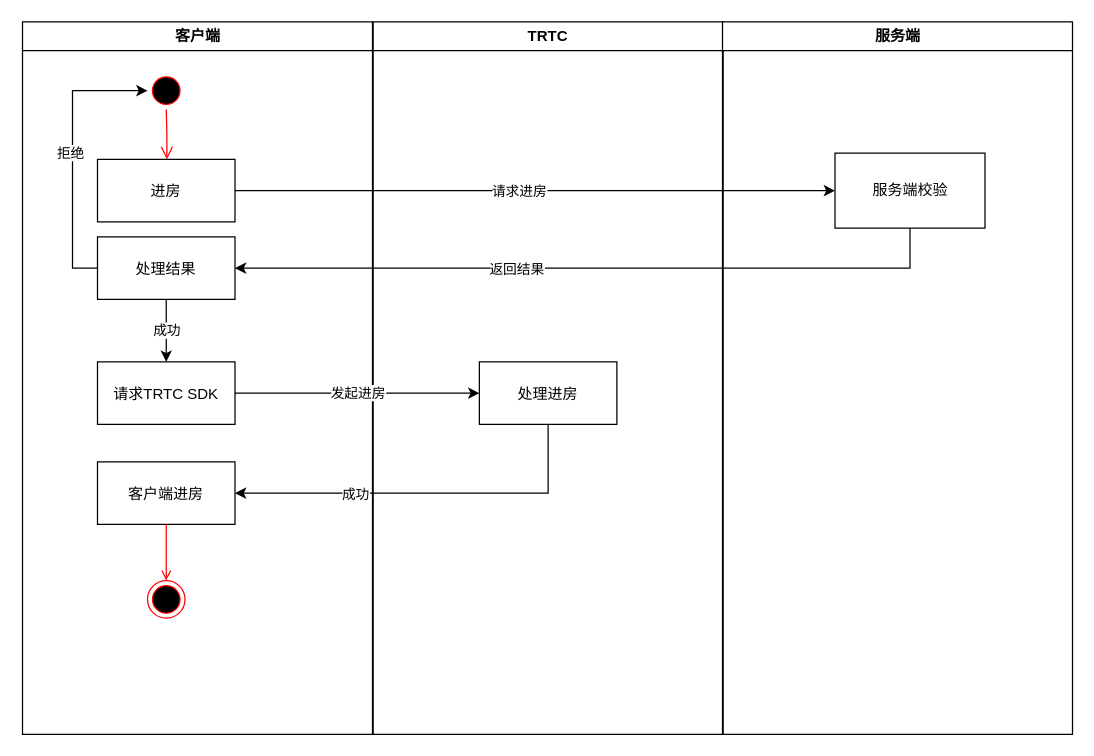
Before: trtcStartAudio.drawio in shiyiw/drawio, a draw.io diagram. Source tidied: cells renumbered, new cells numbered last; positions are measured from the earlier drawing's top-left corner, leaving out a move shared by most shapes. Both pictures are drawn from the tidied source at 125%, with x=0, y=0 at pixel (21, 21).
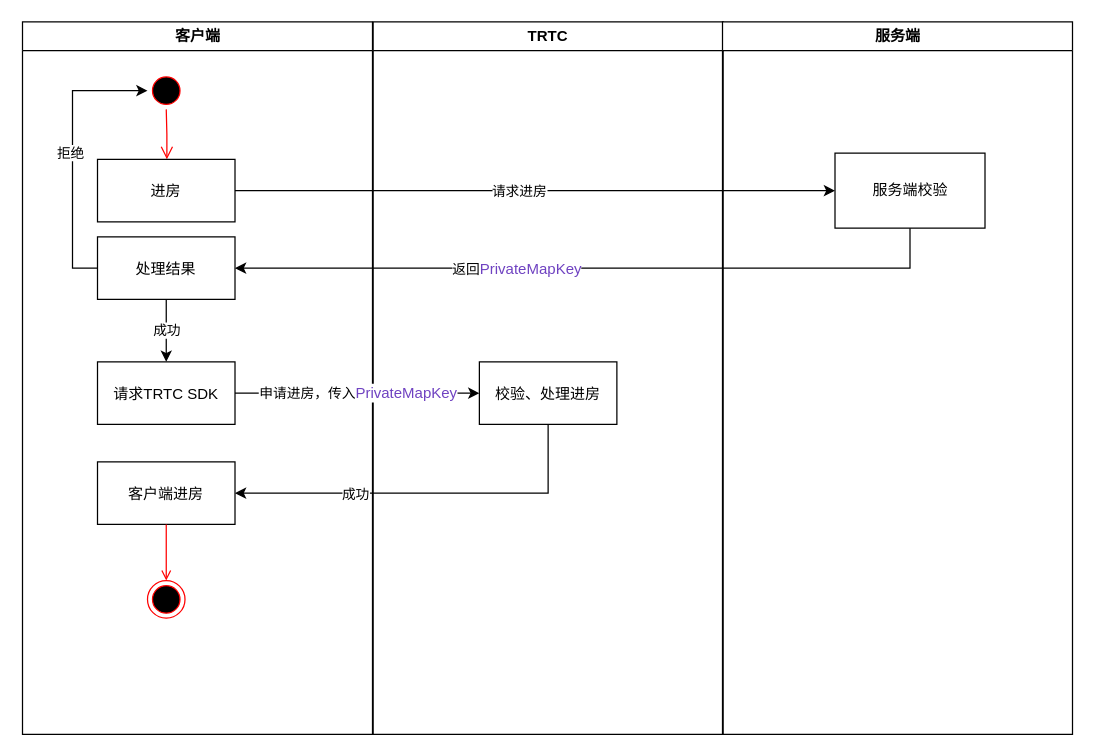
The same page after the edit.

Unchanged cells that the change refers to:
```xml
<mxCell id="14" value="TRTC" style="swimlane;whiteSpace=wrap;" parent="1" vertex="1">
  <mxGeometry x="281" width="280" height="570" as="geometry" />
</mxCell>
<mxCell id="20" style="edgeStyle=orthogonalEdgeStyle;rounded=0;jettySize=auto;html=1;entryX=1;entryY=0.5;entryDx=0;entryDy=0;exitX=0.5;exitY=1;exitDx=0;exitDy=0;" parent="1" edge="1" source="17" target="9">
  <mxGeometry relative="1" as="geometry" />
</mxCell>
<mxCell id="22" style="edgeStyle=orthogonalEdgeStyle;rounded=0;jettySize=auto;html=1;exitX=1;exitY=0.5;exitDx=0;exitDy=0;entryX=0;entryY=0.5;entryDx=0;entryDy=0;" parent="1" edge="1" source="10" target="15">
  <mxGeometry relative="1" as="geometry" />
</mxCell>
```

Diff of the diagram source:
```diff
@@
-    <mxCell id="15" value="处理进房" parent="14" vertex="1">
+    <mxCell id="15" value="校验、处理进房" parent="14" vertex="1">
       <mxGeometry x="85" y="272" width="110" height="50" as="geometry" />
     </mxCell>
@@
-    <mxCell id="21" value="返回结果" style="edgeLabel;html=1;align=center;verticalAlign=middle;" parent="20" vertex="1">
+    <mxCell id="21" value="返回&lt;span style=&quot;color: rgb(111 , 66 , 193) ; font-family: , &amp;#34;consolas&amp;#34; , &amp;#34;liberation mono&amp;#34; , &amp;#34;menlo&amp;#34; , monospace ; font-size: 12px&quot;&gt;PrivateMapKey&lt;/span&gt;" style="edgeLabel;html=1;align=center;verticalAlign=middle;" parent="20" vertex="1">
       <mxGeometry x="0.23" y="4" relative="1" as="geometry">
         <mxPoint x="4.5" y="-4" as="offset" />
       </mxGeometry>
     </mxCell>
@@
-    <mxCell id="23" value="发起进房" style="edgeLabel;html=1;align=center;verticalAlign=middle;" parent="22" vertex="1">
+    <mxCell id="23" value="申请进房，传入&lt;span style=&quot;color: rgb(111 , 66 , 193) ; font-family: , &amp;#34;consolas&amp;#34; , &amp;#34;liberation mono&amp;#34; , &amp;#34;menlo&amp;#34; , monospace ; font-size: 12px&quot;&gt;PrivateMapKey&lt;/span&gt;" style="edgeLabel;html=1;align=center;verticalAlign=middle;" parent="22" vertex="1">
       <mxGeometry x="-0.01" y="1" relative="1" as="geometry">
         <mxPoint x="1" as="offset" />
       </mxGeometry>
     </mxCell>
```
